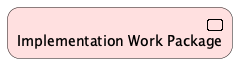
Above: doc/elements/implementation-work-package.plantuml.png in SixArm/archimate-examples (PlantUML), before the change.
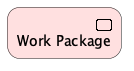
The same diagram one commit later.

The edit, as a diff of the source:
```diff
@@ -1,4 +1,4 @@
 @startuml
 !include <archimate/Archimate>
-Implementation_WorkPackage(IWP_01, "Implementation Work Package")
+Implementation_WorkPackage(WorkPackage, "Work Package")
 @enduml
```
